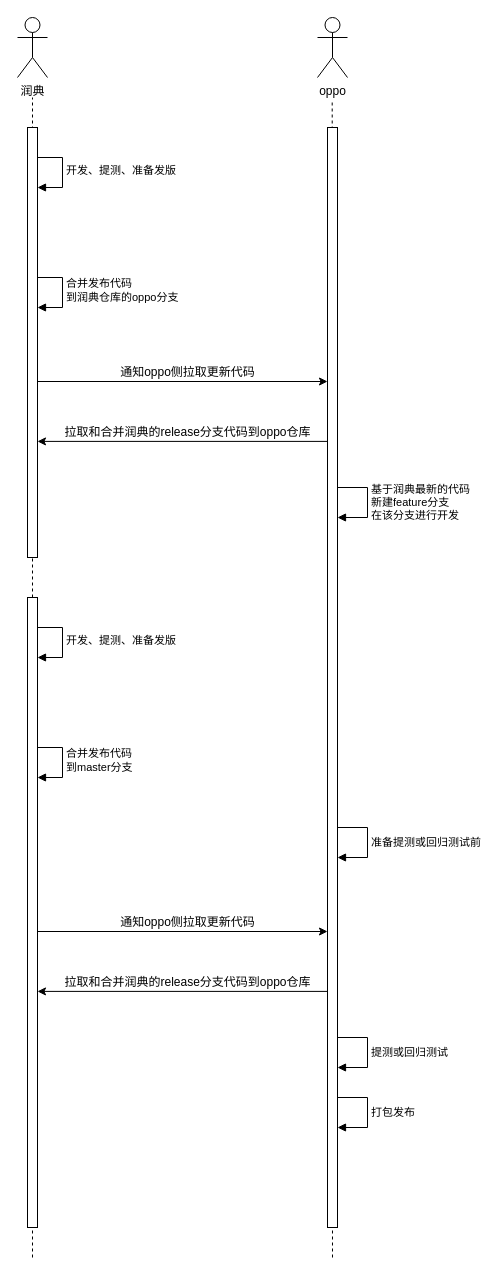
Above: 润典协作2.drawio in Hantron/jira (draw.io), before the change. Source tidied: cells renumbered, new cells numbered last; positions are measured from the earlier drawing's top-left corner, leaving out a move shared by most shapes. Both pictures are drawn from the tidied source at 100%, with x=0, y=0 at pixel (17, 17).
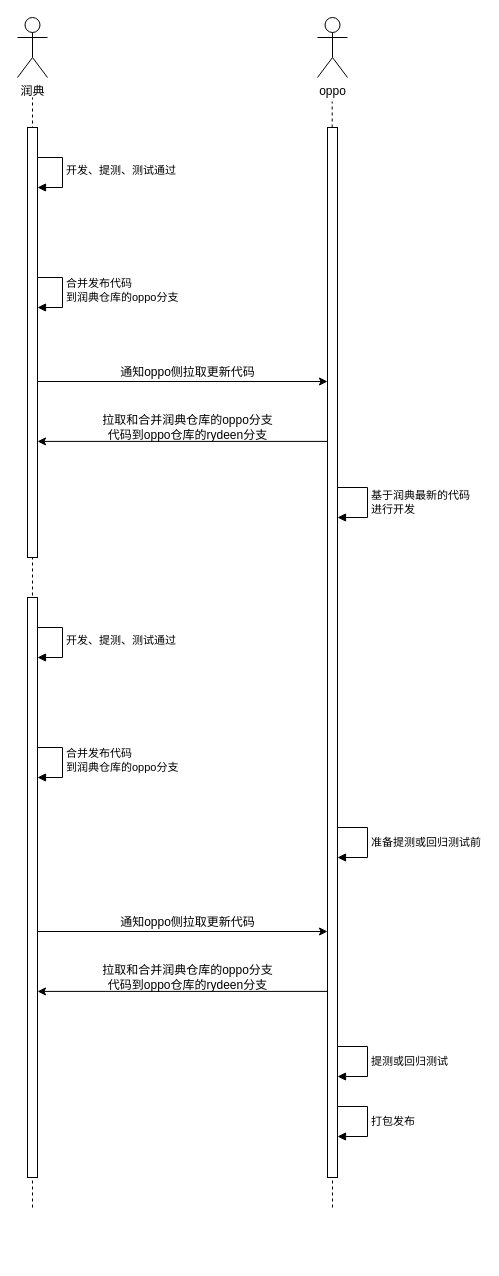
Above is the later version.

Commit message (it also covers changes not shown here):
更新润典协作2.drawio

The change refers to these unchanged cells:
```xml
<mxCell id="15" style="html=1;points=[[0,0,0,0,5],[0,1,0,0,-5],[1,0,0,0,5],[1,1,0,0,-5]];perimeter=orthogonalPerimeter;outlineConnect=0;targetShapes=umlLifeline;portConstraint=eastwest;newEdgeStyle={&quot;curved&quot;:0,&quot;rounded&quot;:0};" parent="1" vertex="1">
  <mxGeometry x="10" y="110" width="10" height="430" as="geometry" />
</mxCell>
```

Change to the diagram source:
```diff
@@
-    <mxCell id="2" value="开发、提测、准备发版" style="html=1;align=left;spacingLeft=2;endArrow=block;rounded=0;edgeStyle=orthogonalEdgeStyle;curved=0;rounded=0;" parent="1" edge="1">
+    <mxCell id="2" value="开发、提测、测试通过" style="html=1;align=left;spacingLeft=2;endArrow=block;rounded=0;edgeStyle=orthogonalEdgeStyle;curved=0;rounded=0;" parent="1" edge="1">
       <mxGeometry relative="1" as="geometry">
         <mxPoint x="15" y="140" as="sourcePoint" />
         <mxPoint x="20" y="170" as="targetPoint" />
         <Array as="points">
           <mxPoint x="45" y="170" />
         </Array>
       </mxGeometry>
     </mxCell>
@@
     <mxCell id="5" style="endArrow=none;dashed=1;html=1;rounded=0;" parent="1" edge="1">
       <mxGeometry relative="1" as="geometry">
-        <mxPoint x="315" y="1240" as="sourcePoint" />
+        <mxPoint x="315" y="1190" as="sourcePoint" />
         <mxPoint x="314.7" y="84" as="targetPoint" />
       </mxGeometry>
     </mxCell>
@@
-    <mxCell id="9" value="拉取和合并润典的release分支代码到oppo仓库" style="text;html=1;align=center;verticalAlign=middle;strokeColor=none;fillColor=none;" parent="1" vertex="1">
-      <mxGeometry x="35" y="400" width="270" height="30" as="geometry" />
+    <mxCell id="9" value="拉取和合并润典仓库的&lt;span style=&quot;background-color: initial;&quot;&gt;oppo分支&lt;/span&gt;&lt;div&gt;&lt;span style=&quot;background-color: initial;&quot;&gt;代码&lt;/span&gt;&lt;span style=&quot;background-color: initial;&quot;&gt;到oppo仓库的rydeen分支&lt;/span&gt;&lt;/div&gt;" style="text;html=1;align=center;verticalAlign=middle;strokeColor=none;fillColor=none;" parent="1" vertex="1">
+      <mxGeometry x="75" y="390" width="190" height="40" as="geometry" />
     </mxCell>
     <mxCell id="10" style="html=1;perimeter=orthogonalPerimeter;targetShapes=umlLifeline;newEdgeStyle={&quot;curved&quot;:0,&quot;rounded&quot;:0};" parent="1" vertex="1">
-      <mxGeometry x="310" y="110" width="10" height="1100" as="geometry" />
+      <mxGeometry x="310" y="110" width="10" height="1050" as="geometry" />
     </mxCell>
-    <mxCell id="11" value="基于润典最新的代码&lt;div&gt;新建feature分支&lt;div&gt;&lt;div&gt;&lt;div&gt;&lt;div&gt;在该分支进行开发&lt;/div&gt;&lt;/div&gt;&lt;/div&gt;&lt;/div&gt;&lt;/div&gt;" style="html=1;align=left;spacingLeft=2;endArrow=block;rounded=0;edgeStyle=orthogonalEdgeStyle;curved=0;rounded=0;" parent="1" edge="1">
+    <mxCell id="11" value="基于润典最新的代码&lt;div&gt;进行开发&lt;/div&gt;" style="html=1;align=left;spacingLeft=2;endArrow=block;rounded=0;edgeStyle=orthogonalEdgeStyle;curved=0;rounded=0;" parent="1" edge="1">
       <mxGeometry relative="1" as="geometry">
         <mxPoint x="320" y="470" as="sourcePoint" />
         <mxPoint x="320" y="500" as="targetPoint" />
         <Array as="points">
           <mxPoint x="350" y="470" />
           <mxPoint x="350" y="500" />
         </Array>
       </mxGeometry>
     </mxCell>
@@
     <mxCell id="13" style="endArrow=none;dashed=1;html=1;rounded=0;" parent="1" edge="1" target="15">
       <mxGeometry relative="1" as="geometry">
-        <mxPoint x="15" y="1240" as="sourcePoint" />
+        <mxPoint x="15" y="1190" as="sourcePoint" />
       </mxGeometry>
     </mxCell>
@@
-    <mxCell id="16" value="开发、提测、准备发版" style="html=1;align=left;spacingLeft=2;endArrow=block;rounded=0;edgeStyle=orthogonalEdgeStyle;curved=0;rounded=0;" parent="1" edge="1">
+    <mxCell id="16" value="开发、提测、测试通过" style="html=1;align=left;spacingLeft=2;endArrow=block;rounded=0;edgeStyle=orthogonalEdgeStyle;curved=0;rounded=0;" parent="1" edge="1">
       <mxGeometry relative="1" as="geometry">
         <mxPoint x="15" y="610" as="sourcePoint" />
         <mxPoint x="20" y="640" as="targetPoint" />
         <Array as="points">
           <mxPoint x="45" y="640" />
         </Array>
       </mxGeometry>
     </mxCell>
@@
-    <mxCell id="19" value="合并发布代码&lt;div&gt;到master分支&lt;/div&gt;" style="html=1;align=left;spacingLeft=2;endArrow=block;rounded=0;edgeStyle=orthogonalEdgeStyle;curved=0;rounded=0;" parent="1" edge="1">
+    <mxCell id="19" value="合并发布代码&lt;div&gt;到润典仓库的oppo分支&lt;/div&gt;" style="html=1;align=left;spacingLeft=2;endArrow=block;rounded=0;edgeStyle=orthogonalEdgeStyle;curved=0;rounded=0;" parent="1" edge="1">
       <mxGeometry relative="1" as="geometry">
         <mxPoint x="15" y="730" as="sourcePoint" />
         <mxPoint x="20" y="760" as="targetPoint" />
         <Array as="points">
           <mxPoint x="45" y="760" />
         </Array>
       </mxGeometry>
     </mxCell>
     <mxCell id="20" style="html=1;points=[[0,0,0,0,5],[0,1,0,0,-5],[1,0,0,0,5],[1,1,0,0,-5]];perimeter=orthogonalPerimeter;outlineConnect=0;targetShapes=umlLifeline;portConstraint=eastwest;newEdgeStyle={&quot;curved&quot;:0,&quot;rounded&quot;:0};" parent="1" vertex="1">
-      <mxGeometry x="10" y="580" width="10" height="630" as="geometry" />
+      <mxGeometry x="10" y="580" width="10" height="580" as="geometry" />
     </mxCell>
@@
     <mxCell id="23" value="提测或回归测试" style="html=1;align=left;spacingLeft=2;endArrow=block;rounded=0;edgeStyle=orthogonalEdgeStyle;curved=0;rounded=0;" parent="1" edge="1">
       <mxGeometry relative="1" as="geometry">
-        <mxPoint x="320" y="1020" as="sourcePoint" />
-        <mxPoint x="320" y="1050" as="targetPoint" />
+        <mxPoint x="320" y="1029" as="sourcePoint" />
+        <mxPoint x="320" y="1059" as="targetPoint" />
         <Array as="points">
-          <mxPoint x="350" y="1020" />
-          <mxPoint x="350" y="1050" />
+          <mxPoint x="350" y="1029" />
+          <mxPoint x="350" y="1059" />
         </Array>
       </mxGeometry>
     </mxCell>
     <mxCell id="24" value="打包发布" style="html=1;align=left;spacingLeft=2;endArrow=block;rounded=0;edgeStyle=orthogonalEdgeStyle;curved=0;rounded=0;" parent="1" edge="1">
       <mxGeometry relative="1" as="geometry">
-        <mxPoint x="320" y="1080" as="sourcePoint" />
-        <mxPoint x="320" y="1110" as="targetPoint" />
+        <mxPoint x="320" y="1089" as="sourcePoint" />
+        <mxPoint x="320" y="1119" as="targetPoint" />
         <Array as="points">
-          <mxPoint x="350" y="1080" />
-          <mxPoint x="350" y="1110" />
+          <mxPoint x="350" y="1089" />
+          <mxPoint x="350" y="1119" />
         </Array>
       </mxGeometry>
     </mxCell>
@@
-    <mxCell id="29" value="拉取和合并润典的release分支代码到oppo仓库" style="text;html=1;align=center;verticalAlign=middle;strokeColor=none;fillColor=none;" parent="1" vertex="1">
-      <mxGeometry x="35" y="950" width="270" height="30" as="geometry" />
+    <mxCell id="29" value="拉取和合并润典仓库的&lt;span style=&quot;background-color: initial;&quot;&gt;oppo分支&lt;/span&gt;&lt;div&gt;&lt;span style=&quot;background-color: initial;&quot;&gt;代码&lt;/span&gt;&lt;span style=&quot;background-color: initial;&quot;&gt;到oppo仓库的rydeen分支&lt;/span&gt;&lt;/div&gt;" style="text;html=1;align=center;verticalAlign=middle;strokeColor=none;fillColor=none;" parent="1" vertex="1">
+      <mxGeometry x="75" y="940" width="190" height="40" as="geometry" />
     </mxCell>
```
